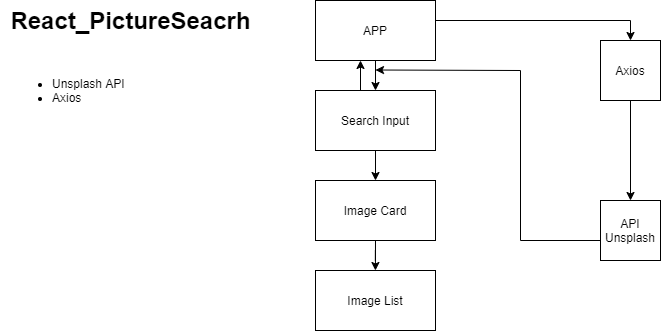
Earlier version of the draw.io export ReactPhotoApp.png (ElzaanVan/React_PictureSearchApp_API_unsplash). Source tidied: cells renumbered, new cells last; positions are measured from the earlier drawing's top-left corner, leaving out a move shared by most shapes. The source it was exported from:
```xml
<mxGraphModel>
  <root>
    <mxCell id="0" />
    <mxCell id="1" parent="0" />
    <mxCell id="2" style="edgeStyle=orthogonalEdgeStyle;rounded=0;jettySize=auto;html=1;exitX=0.5;exitY=1;exitDx=0;exitDy=0;entryX=0.5;entryY=0;entryDx=0;entryDy=0;" parent="1" edge="1" source="4" target="10">
      <mxGeometry relative="1" as="geometry" />
    </mxCell>
    <mxCell id="3" style="edgeStyle=orthogonalEdgeStyle;rounded=0;jettySize=auto;html=1;exitX=1;exitY=0.5;exitDx=0;exitDy=0;entryX=0.5;entryY=0;entryDx=0;entryDy=0;" parent="1" edge="1" source="4" target="6">
      <mxGeometry relative="1" as="geometry">
        <Array as="points">
          <mxPoint x="435" y="20" />
          <mxPoint x="630" y="20" />
        </Array>
      </mxGeometry>
    </mxCell>
    <mxCell id="4" value="APP" style="rounded=0;whiteSpace=wrap;html=1;" parent="1" vertex="1">
      <mxGeometry x="315" width="120" height="60" as="geometry" />
    </mxCell>
    <mxCell id="5" style="edgeStyle=orthogonalEdgeStyle;rounded=0;jettySize=auto;html=1;entryX=0.5;entryY=0;entryDx=0;entryDy=0;" parent="1" edge="1" source="6" target="8">
      <mxGeometry relative="1" as="geometry" />
    </mxCell>
    <mxCell id="6" value="Axios" style="rounded=0;whiteSpace=wrap;html=1;" parent="1" vertex="1">
      <mxGeometry x="600" y="40" width="60" height="60" as="geometry" />
    </mxCell>
    <mxCell id="7" style="edgeStyle=orthogonalEdgeStyle;rounded=0;jettySize=auto;html=1;strokeColor=none;" parent="1" edge="1" source="8">
      <mxGeometry relative="1" as="geometry">
        <mxPoint x="500" y="70" as="targetPoint" />
      </mxGeometry>
    </mxCell>
    <mxCell id="8" value="API&lt;br&gt;Unsplash" style="whiteSpace=wrap;html=1;" parent="1" vertex="1">
      <mxGeometry x="600" y="200" width="60" height="60" as="geometry" />
    </mxCell>
    <mxCell id="9" style="edgeStyle=orthogonalEdgeStyle;rounded=0;jettySize=auto;html=1;exitX=0.5;exitY=1;exitDx=0;exitDy=0;entryX=0.5;entryY=0;entryDx=0;entryDy=0;" parent="1" edge="1" source="10" target="12">
      <mxGeometry relative="1" as="geometry" />
    </mxCell>
    <mxCell id="10" value="Search Input" style="rounded=0;whiteSpace=wrap;html=1;" parent="1" vertex="1">
      <mxGeometry x="315" y="90" width="120" height="60" as="geometry" />
    </mxCell>
    <mxCell id="11" style="edgeStyle=orthogonalEdgeStyle;rounded=0;jettySize=auto;html=1;exitX=0.5;exitY=1;exitDx=0;exitDy=0;" parent="1" edge="1" source="12" target="13">
      <mxGeometry relative="1" as="geometry" />
    </mxCell>
    <mxCell id="12" value="Image Card" style="rounded=0;whiteSpace=wrap;html=1;" parent="1" vertex="1">
      <mxGeometry x="315" y="180" width="120" height="60" as="geometry" />
    </mxCell>
    <mxCell id="13" value="Image List" style="rounded=0;whiteSpace=wrap;html=1;" parent="1" vertex="1">
      <mxGeometry x="315" y="270" width="120" height="60" as="geometry" />
    </mxCell>
    <mxCell id="14" style="endArrow=classic;html=1;" parent="1" edge="1">
      <mxGeometry relative="1" as="geometry">
        <mxPoint x="520" y="70" as="sourcePoint" />
        <mxPoint x="375" y="69.5" as="targetPoint" />
      </mxGeometry>
    </mxCell>
    <mxCell id="15" style="endArrow=none;html=1;strokeColor=#000000;" parent="1" edge="1">
      <mxGeometry relative="1" as="geometry">
        <mxPoint x="520" y="240" as="sourcePoint" />
        <mxPoint x="520" y="70" as="targetPoint" />
      </mxGeometry>
    </mxCell>
    <mxCell id="16" style="endArrow=none;html=1;strokeColor=#000000;" parent="1" edge="1">
      <mxGeometry relative="1" as="geometry">
        <mxPoint x="520" y="240" as="sourcePoint" />
        <mxPoint x="600" y="240" as="targetPoint" />
      </mxGeometry>
    </mxCell>
    <mxCell id="17" style="endArrow=classic;html=1;strokeColor=#000000;" parent="1" edge="1">
      <mxGeometry relative="1" as="geometry">
        <mxPoint x="360" y="90" as="sourcePoint" />
        <mxPoint x="360" y="60" as="targetPoint" />
      </mxGeometry>
    </mxCell>
    <mxCell id="18" value="React_PictureSeacrh&lt;br&gt;" style="text;strokeColor=none;fillColor=none;html=1;fontSize=24;fontStyle=1;verticalAlign=middle;align=center;" parent="1" vertex="1">
      <mxGeometry width="260" height="40" as="geometry" />
    </mxCell>
    <mxCell id="19" value="&lt;ul&gt;&lt;li&gt;Unsplash API&lt;/li&gt;&lt;li&gt;Axios&lt;/li&gt;&lt;/ul&gt;" style="text;strokeColor=none;fillColor=none;html=1;whiteSpace=wrap;verticalAlign=middle;overflow=hidden;" parent="1" vertex="1">
      <mxGeometry x="10" y="50" width="160" height="80" as="geometry" />
    </mxCell>
  </root>
</mxGraphModel>
```
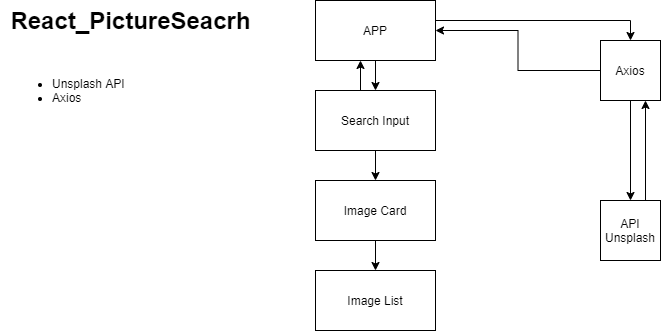
After the commit.

What changed in the source:
```diff
@@ -19,6 +19,9 @@
     <mxCell id="5" style="edgeStyle=orthogonalEdgeStyle;rounded=0;jettySize=auto;html=1;entryX=0.5;entryY=0;entryDx=0;entryDy=0;" parent="1" edge="1" source="6" target="8">
       <mxGeometry relative="1" as="geometry" />
     </mxCell>
+    <mxCell id="20" style="edgeStyle=orthogonalEdgeStyle;rounded=0;jettySize=auto;html=1;entryX=1;entryY=0.5;entryDx=0;entryDy=0;" parent="1" edge="1" source="6" target="4">
+      <mxGeometry relative="1" as="geometry" />
+    </mxCell>
     <mxCell id="6" value="Axios" style="rounded=0;whiteSpace=wrap;html=1;" parent="1" vertex="1">
       <mxGeometry x="600" y="40" width="60" height="60" as="geometry" />
     </mxCell>
@@ -45,24 +48,6 @@
     <mxCell id="13" value="Image List" style="rounded=0;whiteSpace=wrap;html=1;" parent="1" vertex="1">
       <mxGeometry x="315" y="270" width="120" height="60" as="geometry" />
     </mxCell>
-    <mxCell id="14" style="endArrow=classic;html=1;" parent="1" edge="1">
-      <mxGeometry relative="1" as="geometry">
-        <mxPoint x="520" y="70" as="sourcePoint" />
-        <mxPoint x="375" y="69.5" as="targetPoint" />
-      </mxGeometry>
-    </mxCell>
-    <mxCell id="15" style="endArrow=none;html=1;strokeColor=#000000;" parent="1" edge="1">
-      <mxGeometry relative="1" as="geometry">
-        <mxPoint x="520" y="240" as="sourcePoint" />
-        <mxPoint x="520" y="70" as="targetPoint" />
-      </mxGeometry>
-    </mxCell>
-    <mxCell id="16" style="endArrow=none;html=1;strokeColor=#000000;" parent="1" edge="1">
-      <mxGeometry relative="1" as="geometry">
-        <mxPoint x="520" y="240" as="sourcePoint" />
-        <mxPoint x="600" y="240" as="targetPoint" />
-      </mxGeometry>
-    </mxCell>
     <mxCell id="17" style="endArrow=classic;html=1;strokeColor=#000000;" parent="1" edge="1">
       <mxGeometry relative="1" as="geometry">
         <mxPoint x="360" y="90" as="sourcePoint" />
@@ -75,5 +60,8 @@
     <mxCell id="19" value="&lt;ul&gt;&lt;li&gt;Unsplash API&lt;/li&gt;&lt;li&gt;Axios&lt;/li&gt;&lt;/ul&gt;" style="text;strokeColor=none;fillColor=none;html=1;whiteSpace=wrap;verticalAlign=middle;overflow=hidden;" parent="1" vertex="1">
       <mxGeometry x="10" y="50" width="160" height="80" as="geometry" />
     </mxCell>
+    <mxCell id="21" style="endArrow=classic;html=1;entryX=0.75;entryY=1;entryDx=0;entryDy=0;exitX=0.75;exitY=0;exitDx=0;exitDy=0;exitPerimeter=0;" parent="1" edge="1" source="8" target="6">
+      <mxGeometry relative="1" as="geometry" />
+    </mxCell>
   </root>
 </mxGraphModel>
```
